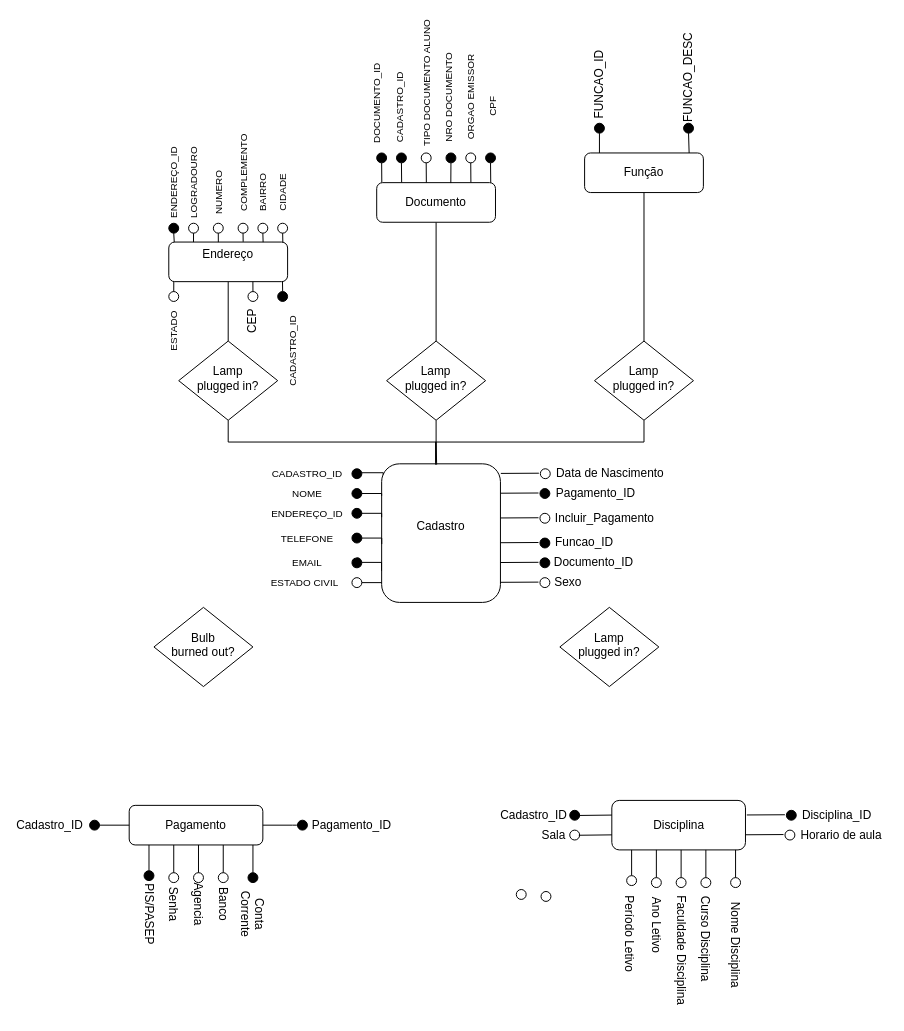
Above: bd2Diagram.drawio in Nicholasmais/diagrams (draw.io), before the change. Source tidied: cells renumbered, new cells numbered last; positions are measured from the earlier drawing's top-left corner, leaving out a move shared by most shapes. Both pictures are drawn from the tidied source at 99%, with x=0, y=0 at pixel (30, 67).
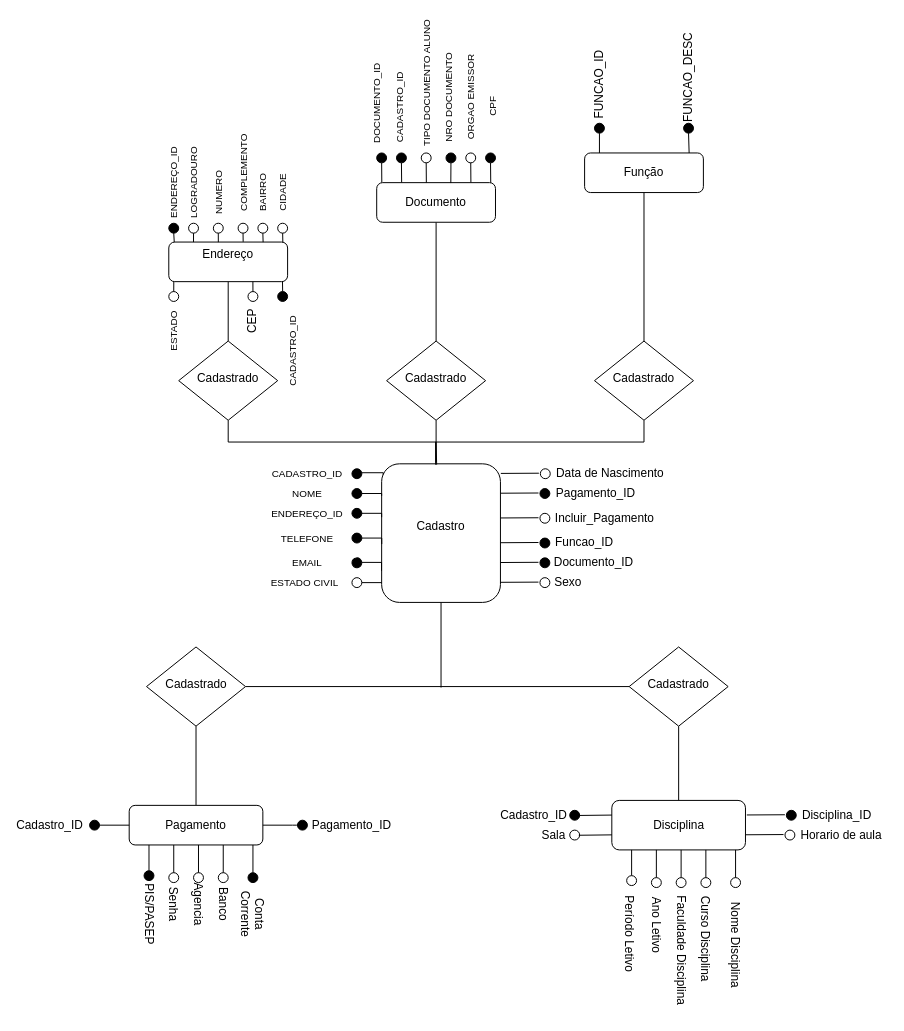
After the change.

The change refers to these unchanged cells:
```xml
<mxCell id="9" value="Pagamento" style="rounded=1;whiteSpace=wrap;html=1;fontSize=12;glass=0;strokeWidth=1;shadow=0;" parent="1" vertex="1">
  <mxGeometry x="100" y="745" width="135" height="40" as="geometry" />
</mxCell>
<mxCell id="71" value="Disciplina" style="rounded=1;whiteSpace=wrap;html=1;fontSize=12;glass=0;strokeWidth=1;shadow=0;" parent="1" vertex="1">
  <mxGeometry x="587.5" y="740" width="135" height="50" as="geometry" />
</mxCell>
```

Diff of the diagram source:
```diff
@@
+    <mxCell id="162" style="edgeStyle=orthogonalEdgeStyle;rounded=0;jettySize=auto;html=1;exitX=0.5;exitY=1;exitDx=0;exitDy=0;endArrow=none;endFill=0;strokeColor=#000000;entryX=0.5;entryY=0;entryDx=0;entryDy=0;" parent="1" edge="1" source="4" target="71">
+      <mxGeometry relative="1" as="geometry" />
+    </mxCell>
-    <mxCell id="4" value="Lamp&lt;br&gt;plugged in?" style="rhombus;whiteSpace=wrap;html=1;shadow=0;fontFamily=Helvetica;fontSize=12;align=center;strokeWidth=1;spacing=6;spacingTop=-4;" parent="1" vertex="1">
-      <mxGeometry x="535" y="545" width="100" height="80" as="geometry" />
+    <mxCell id="4" value="Cadastrado" style="rhombus;whiteSpace=wrap;html=1;shadow=0;fontFamily=Helvetica;fontSize=12;align=center;strokeWidth=1;spacing=6;spacingTop=-4;" parent="1" vertex="1">
+      <mxGeometry x="605" y="585" width="100" height="80" as="geometry" />
     </mxCell>
+    <mxCell id="163" style="edgeStyle=orthogonalEdgeStyle;rounded=0;orthogonalLoop=1;jettySize=auto;html=1;exitX=0.5;exitY=1;exitDx=0;exitDy=0;endArrow=none;endFill=0;strokeColor=#000000;" parent="1" edge="1">
+      <mxGeometry relative="1" as="geometry">
+        <mxPoint x="415" y="536" as="sourcePoint" />
+        <mxPoint x="415" y="626" as="targetPoint" />
+      </mxGeometry>
+    </mxCell>
@@
+    <mxCell id="164" style="edgeStyle=orthogonalEdgeStyle;rounded=0;jettySize=auto;html=1;exitX=1;exitY=0.5;exitDx=0;exitDy=0;entryX=0;entryY=0.5;entryDx=0;entryDy=0;endArrow=none;endFill=0;strokeColor=#000000;" parent="1" edge="1" source="6" target="4">
+      <mxGeometry relative="1" as="geometry" />
+    </mxCell>
+    <mxCell id="165" style="edgeStyle=orthogonalEdgeStyle;rounded=0;jettySize=auto;html=1;exitX=0.5;exitY=1;exitDx=0;exitDy=0;entryX=0.5;entryY=0;entryDx=0;entryDy=0;endArrow=none;endFill=0;strokeColor=#000000;" parent="1" edge="1" source="6" target="9">
+      <mxGeometry relative="1" as="geometry" />
+    </mxCell>
-    <mxCell id="6" value="Bulb&lt;br&gt;burned out?" style="rhombus;whiteSpace=wrap;html=1;shadow=0;fontFamily=Helvetica;fontSize=12;align=center;strokeWidth=1;spacing=6;spacingTop=-4;" parent="1" vertex="1">
-      <mxGeometry x="125" y="545" width="100" height="80" as="geometry" />
+    <mxCell id="6" value="Cadastrado" style="rhombus;whiteSpace=wrap;html=1;shadow=0;fontFamily=Helvetica;fontSize=12;align=center;strokeWidth=1;spacing=6;spacingTop=-4;" parent="1" vertex="1">
+      <mxGeometry x="117.5" y="585" width="100" height="80" as="geometry" />
     </mxCell>
@@
-    <mxCell id="29" value="Lamp&lt;br&gt;plugged in?" style="rhombus;whiteSpace=wrap;html=1;shadow=0;fontFamily=Helvetica;fontSize=12;align=center;strokeWidth=1;spacing=6;spacingTop=-4;" parent="1" vertex="1">
+    <mxCell id="29" value="Cadastrado" style="rhombus;whiteSpace=wrap;html=1;shadow=0;fontFamily=Helvetica;fontSize=12;align=center;strokeWidth=1;spacing=6;spacingTop=-4;" parent="1" vertex="1">
       <mxGeometry x="570" y="276" width="100" height="80" as="geometry" />
     </mxCell>
@@
-    <mxCell id="31" value="Lamp&lt;br&gt;plugged in?" style="rhombus;whiteSpace=wrap;html=1;shadow=0;fontFamily=Helvetica;fontSize=12;align=center;strokeWidth=1;spacing=6;spacingTop=-4;" parent="1" vertex="1">
+    <mxCell id="31" value="Cadastrado" style="rhombus;whiteSpace=wrap;html=1;shadow=0;fontFamily=Helvetica;fontSize=12;align=center;strokeWidth=1;spacing=6;spacingTop=-4;" parent="1" vertex="1">
       <mxGeometry x="360" y="276" width="100" height="80" as="geometry" />
     </mxCell>
@@
-    <mxCell id="33" value="Lamp&lt;br&gt;plugged in?" style="rhombus;whiteSpace=wrap;html=1;shadow=0;fontFamily=Helvetica;fontSize=12;align=center;strokeWidth=1;spacing=6;spacingTop=-4;" parent="1" vertex="1">
+    <mxCell id="33" value="Cadastrado" style="rhombus;whiteSpace=wrap;html=1;shadow=0;fontFamily=Helvetica;fontSize=12;align=center;strokeWidth=1;spacing=6;spacingTop=-4;" parent="1" vertex="1">
       <mxGeometry x="150" y="276" width="100" height="80" as="geometry" />
     </mxCell>
@@
-    <mxCell id="129" style="group;rotation=0;" parent="1" vertex="1">
-      <mxGeometry x="491" y="830" width="35" height="12" as="geometry" />
-    </mxCell>
-    <mxCell id="130" style="ellipse;whiteSpace=wrap;html=1;fillColor=#FFFFFF;" parent="129" vertex="1">
-      <mxGeometry width="10" height="10" as="geometry" />
-    </mxCell>
-    <mxCell id="131" style="ellipse;whiteSpace=wrap;html=1;" parent="129" vertex="1">
-      <mxGeometry x="25" y="2" width="10" height="10" as="geometry" />
-    </mxCell>
```
